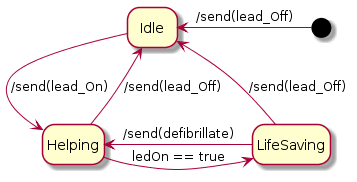
Before: images/User.png, a diagram exported from PlantUML (Pyponou/defibrillator).
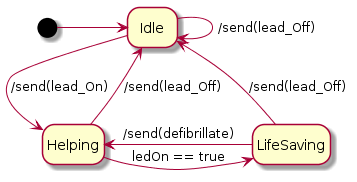
After the commit.

Commit message:
In fact, the user can start the system with the patient already connected

Change to the diagram source:
```diff
@@ -1,7 +1,8 @@
 @startuml
 hide empty description
-[*] -left-> Idle : /send(lead_Off)
+[*] -right-> Idle
 
+Idle --> Idle : /send(lead_Off)
 Idle --> Helping : /send(lead_On)
 Helping --> Idle : /send(lead_Off)
 Helping -> LifeSaving : ledOn == true
```
